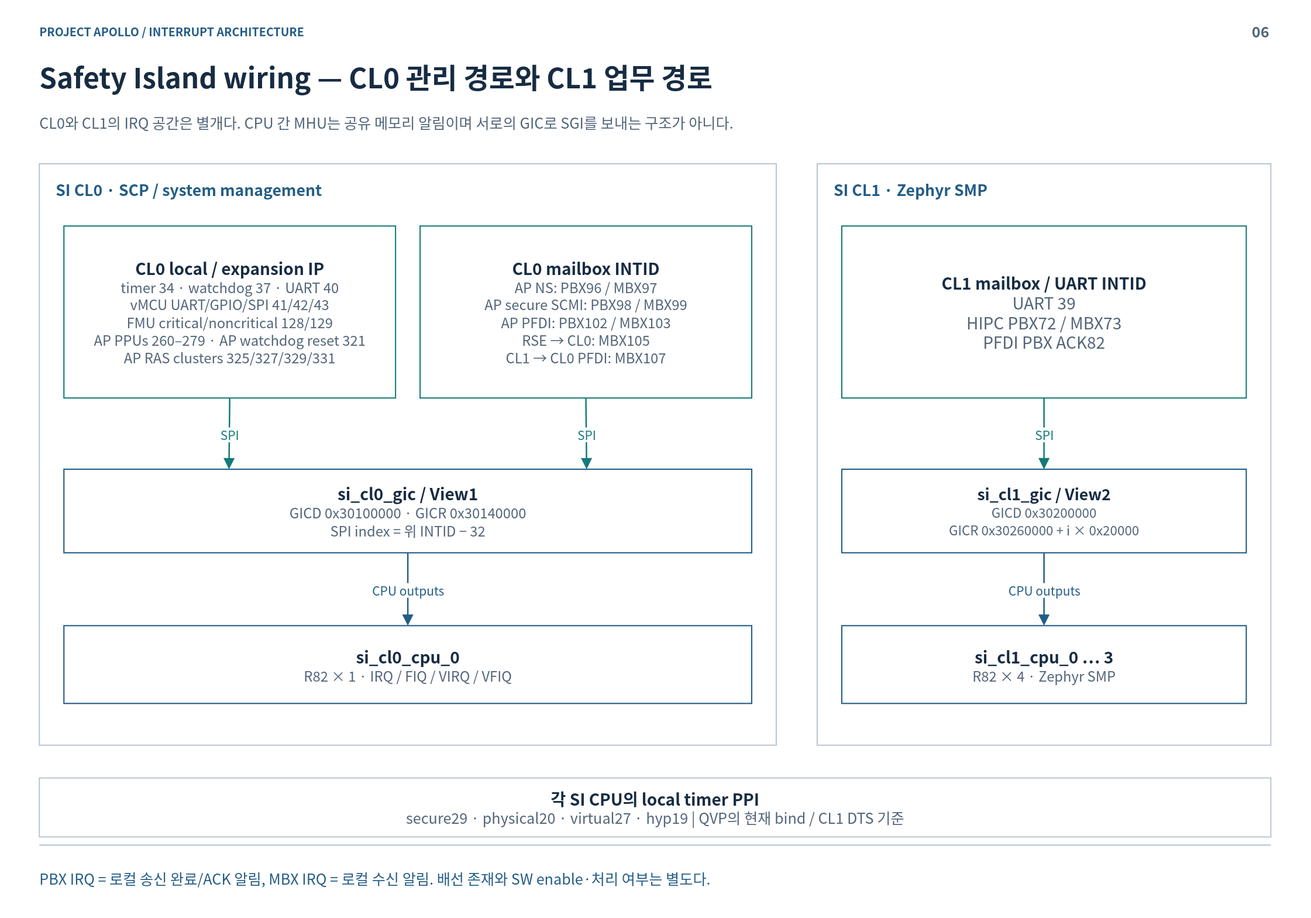
This is doc/phase1/interrupt/diagrams/06-si-wiring.drawio.svg from cometzero/project-apollo, a draw.io export, as it was before one commit. Source tidied: cells renumbered, new cells last; positions are measured from the earlier drawing's top-left corner, leaving out a move shared by most shapes.
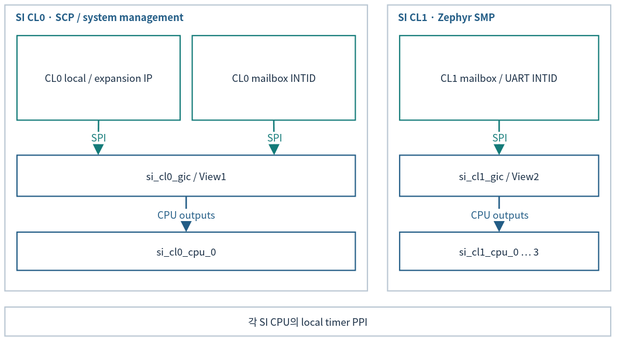
The same diagram one commit later.

Diff of the diagram source:
```diff
@@ -2,80 +2,56 @@
   <root>
     <mxCell id="0" />
     <mxCell id="1" parent="0" />
-    <mxCell id="2" style="rounded=0;whiteSpace=wrap;html=1;fillColor=#FFFFFF;strokeColor=none;strokeWidth=1.5;fontColor=#172C43;fontFamily=Noto Sans CJK KR;fontSize=18;spacing=14;" parent="1" vertex="1">
-      <mxGeometry width="1600" height="1120" as="geometry" />
-    </mxCell>
-    <mxCell id="3" value="PROJECT APOLLO  /  INTERRUPT ARCHITECTURE" style="rounded=0;whiteSpace=wrap;html=1;fillColor=#FFFFFF;strokeColor=none;strokeWidth=1.5;fontColor=#172C43;fontFamily=Noto Sans CJK KR;fontSize=18;spacing=14;fillColor=none;align=left;verticalAlign=middle;spacing=0;fontSize=14;fontColor=#235D86;fontStyle=1;" parent="1" vertex="1">
-      <mxGeometry x="48" y="26" width="1400" height="24" as="geometry" />
-    </mxCell>
-    <mxCell id="4" value="06" style="rounded=0;whiteSpace=wrap;html=1;fillColor=#FFFFFF;strokeColor=none;strokeWidth=1.5;fontColor=#172C43;fontFamily=Noto Sans CJK KR;fontSize=18;spacing=14;fillColor=none;align=right;verticalAlign=middle;spacing=0;fontSize=18;fontColor=#52657A;fontStyle=1;" parent="1" vertex="1">
-      <mxGeometry x="1485" y="23" width="65" height="30" as="geometry" />
-    </mxCell>
-    <mxCell id="5" value="Safety Island wiring — CL0 관리 경로와 CL1 업무 경로" style="rounded=0;whiteSpace=wrap;html=1;fillColor=#FFFFFF;strokeColor=none;strokeWidth=1.5;fontColor=#172C43;fontFamily=Noto Sans CJK KR;fontSize=18;spacing=14;fillColor=none;align=left;verticalAlign=middle;spacing=0;fontSize=34;fontColor=#172C43;fontStyle=1;" parent="1" vertex="1">
-      <mxGeometry x="48" y="67" width="1504" height="54" as="geometry" />
-    </mxCell>
-    <mxCell id="6" value="CL0와 CL1의 IRQ 공간은 별개다. CPU 간 MHU는 공유 메모리 알림이며 서로의 GIC로 SGI를 보내는 구조가 아니다." style="rounded=0;whiteSpace=wrap;html=1;fillColor=#FFFFFF;strokeColor=none;strokeWidth=1.5;fontColor=#172C43;fontFamily=Noto Sans CJK KR;fontSize=18;spacing=14;fillColor=none;align=left;verticalAlign=middle;spacing=0;fontSize=18;fontColor=#52657A;" parent="1" vertex="1">
-      <mxGeometry x="48" y="127" width="1504" height="44" as="geometry" />
-    </mxCell>
-    <mxCell id="7" style="html=1;rounded=0;edgeStyle=none;endArrow=none;endSize=9;strokeColor=#BAC7D3;strokeWidth=1.6;fontColor=#BAC7D3;fontFamily=Noto Sans CJK KR;fontSize=15;labelBackgroundColor=#FFFFFF;" parent="1" edge="1">
-      <mxGeometry relative="1" as="geometry">
-        <mxPoint x="48" y="1032" as="sourcePoint" />
-        <mxPoint x="1552" y="1032" as="targetPoint" />
-      </mxGeometry>
-    </mxCell>
-    <mxCell id="8" value="PBX IRQ = 로컬 송신 완료/ACK 알림, MBX IRQ = 로컬 수신 알림. 배선 존재와 SW enable·처리 여부는 별도다." style="rounded=0;whiteSpace=wrap;html=1;fillColor=#FFFFFF;strokeColor=none;strokeWidth=1.5;fontColor=#172C43;fontFamily=Noto Sans CJK KR;fontSize=18;spacing=14;fillColor=none;align=left;verticalAlign=middle;spacing=0;fontSize=18;fontColor=#235D86;" parent="1" vertex="1">
-      <mxGeometry x="48" y="1046" width="1504" height="52" as="geometry" />
-    </mxCell>
-    <mxCell id="9" style="rounded=0;whiteSpace=wrap;html=1;fillColor=#FFFFFF;strokeColor=#BAC7D3;strokeWidth=1.5;fontColor=#172C43;fontFamily=Noto Sans CJK KR;fontSize=18;spacing=14;" parent="1" vertex="1">
-      <mxGeometry x="48" y="200" width="900" height="710" as="geometry" />
+    <mxCell id="9" style="rounded=0;whiteSpace=wrap;html=1;fillColor=#FFFFFF;strokeColor=#BAC7D3;strokeWidth=1.5;fontColor=#172C43;fontFamily=Noto Sans CJK KR;fontSize=12;spacing=3;whiteSpace=wrap;" parent="1" vertex="1">
+      <mxGeometry x="12" y="12" width="442.8" height="349.3" as="geometry" />
     </mxCell>
-    <mxCell id="10" value="SI CL0  ·  SCP / system management" style="rounded=0;whiteSpace=wrap;html=1;fillColor=#FFFFFF;strokeColor=none;strokeWidth=1.5;fontColor=#172C43;fontFamily=Noto Sans CJK KR;fontSize=18;spacing=14;fillColor=none;align=left;verticalAlign=middle;spacing=0;fontSize=19;fontColor=#235D86;fontStyle=1;" parent="1" vertex="1">
-      <mxGeometry x="68" y="215" width="860" height="32" as="geometry" />
+    <mxCell id="10" value="SI CL0  ·  SCP / system management" style="rounded=0;whiteSpace=wrap;html=1;fillColor=#FFFFFF;strokeColor=none;strokeWidth=1.5;fontColor=#172C43;fontFamily=Noto Sans CJK KR;fillColor=none;align=left;verticalAlign=middle;fontColor=#235D86;fontStyle=1;fontSize=12;spacing=3;whiteSpace=wrap;" parent="1" vertex="1">
+      <mxGeometry x="21.8" y="19.4" width="423.1" height="15.7" as="geometry" />
     </mxCell>
-    <mxCell id="11" style="rounded=0;whiteSpace=wrap;html=1;fillColor=#FFFFFF;strokeColor=#BAC7D3;strokeWidth=1.5;fontColor=#172C43;fontFamily=Noto Sans CJK KR;fontSize=18;spacing=14;" parent="1" vertex="1">
-      <mxGeometry x="998" y="200" width="554" height="710" as="geometry" />
+    <mxCell id="11" style="rounded=0;whiteSpace=wrap;html=1;fillColor=#FFFFFF;strokeColor=#BAC7D3;strokeWidth=1.5;fontColor=#172C43;fontFamily=Noto Sans CJK KR;fontSize=12;spacing=3;whiteSpace=wrap;" parent="1" vertex="1">
+      <mxGeometry x="479.4" y="12" width="272.6" height="349.3" as="geometry" />
     </mxCell>
-    <mxCell id="12" value="SI CL1  ·  Zephyr SMP" style="rounded=0;whiteSpace=wrap;html=1;fillColor=#FFFFFF;strokeColor=none;strokeWidth=1.5;fontColor=#172C43;fontFamily=Noto Sans CJK KR;fontSize=18;spacing=14;fillColor=none;align=left;verticalAlign=middle;spacing=0;fontSize=19;fontColor=#235D86;fontStyle=1;" parent="1" vertex="1">
-      <mxGeometry x="1018" y="215" width="514" height="32" as="geometry" />
+    <mxCell id="12" value="SI CL1  ·  Zephyr SMP" style="rounded=0;whiteSpace=wrap;html=1;fillColor=#FFFFFF;strokeColor=none;strokeWidth=1.5;fontColor=#172C43;fontFamily=Noto Sans CJK KR;fillColor=none;align=left;verticalAlign=middle;fontColor=#235D86;fontStyle=1;fontSize=12;spacing=3;whiteSpace=wrap;" parent="1" vertex="1">
+      <mxGeometry x="489.3" y="19.4" width="252.9" height="15.7" as="geometry" />
     </mxCell>
-    <mxCell id="13" value="&lt;b style=&quot;font-size:20px&quot;&gt;CL0 local / expansion IP&lt;/b&gt;&lt;br&gt;&lt;font color=&quot;#52657A&quot; style=&quot;font-size:17px&quot;&gt;timer 34 · watchdog 37 · UART 40&lt;br&gt;vMCU UART/GPIO/SPI 41/42/43&lt;br&gt;FMU critical/noncritical 128/129&lt;br&gt;AP PPUs 260–279 · AP watchdog reset 321&lt;br&gt;AP RAS clusters 325/327/329/331&lt;/font&gt;" style="rounded=0;whiteSpace=wrap;html=1;fillColor=#FFFFFF;strokeColor=#147B79;strokeWidth=1.5;fontColor=#172C43;fontFamily=Noto Sans CJK KR;fontSize=18;spacing=14;" parent="1" vertex="1">
-      <mxGeometry x="78" y="276" width="405" height="210" as="geometry" />
+    <mxCell id="13" value="CL0 local / expansion IP" style="rounded=0;whiteSpace=wrap;html=1;fillColor=#FFFFFF;strokeColor=#147B79;strokeWidth=1.5;fontColor=#172C43;fontFamily=Noto Sans CJK KR;fontSize=12;spacing=3;whiteSpace=wrap;" parent="1" vertex="1">
+      <mxGeometry x="26.8" y="49.4" width="199.3" height="103.3" as="geometry" />
     </mxCell>
-    <mxCell id="14" value="&lt;b style=&quot;font-size:20px&quot;&gt;CL0 mailbox INTID&lt;/b&gt;&lt;br&gt;&lt;font color=&quot;#52657A&quot; style=&quot;font-size:17px&quot;&gt;AP NS: PBX96 / MBX97&lt;br&gt;AP secure SCMI: PBX98 / MBX99&lt;br&gt;AP PFDI: PBX102 / MBX103&lt;br&gt;RSE → CL0: MBX105&lt;br&gt;CL1 → CL0 PFDI: MBX107&lt;/font&gt;" style="rounded=0;whiteSpace=wrap;html=1;fillColor=#FFFFFF;strokeColor=#147B79;strokeWidth=1.5;fontColor=#172C43;fontFamily=Noto Sans CJK KR;fontSize=18;spacing=14;" parent="1" vertex="1">
-      <mxGeometry x="513" y="276" width="405" height="210" as="geometry" />
+    <mxCell id="14" value="CL0 mailbox INTID" style="rounded=0;whiteSpace=wrap;html=1;fillColor=#FFFFFF;strokeColor=#147B79;strokeWidth=1.5;fontColor=#172C43;fontFamily=Noto Sans CJK KR;fontSize=12;spacing=3;whiteSpace=wrap;" parent="1" vertex="1">
+      <mxGeometry x="240.8" y="49.4" width="199.3" height="103.3" as="geometry" />
     </mxCell>
-    <mxCell id="15" value="&lt;b style=&quot;font-size:20px&quot;&gt;si_cl0_gic / View1&lt;/b&gt;&lt;br&gt;&lt;font color=&quot;#52657A&quot; style=&quot;font-size:17px&quot;&gt;GICD 0x30100000 · GICR 0x30140000&lt;br&gt;SPI index = 위 INTID − 32&lt;/font&gt;" style="rounded=0;whiteSpace=wrap;html=1;fillColor=#FFFFFF;strokeColor=#235D86;strokeWidth=1.5;fontColor=#172C43;fontFamily=Noto Sans CJK KR;fontSize=18;spacing=14;" parent="1" vertex="1">
-      <mxGeometry x="78" y="573" width="840" height="102" as="geometry" />
+    <mxCell id="15" value="si_cl0_gic / View1" style="rounded=0;whiteSpace=wrap;html=1;fillColor=#FFFFFF;strokeColor=#235D86;strokeWidth=1.5;fontColor=#172C43;fontFamily=Noto Sans CJK KR;fontSize=12;spacing=3;whiteSpace=wrap;" parent="1" vertex="1">
+      <mxGeometry x="26.8" y="195.5" width="413.3" height="50.2" as="geometry" />
     </mxCell>
-    <mxCell id="16" value="SPI" style="html=1;whiteSpace=nowrap;rounded=0;edgeStyle=none;endArrow=block;endFill=1;endSize=9;strokeColor=#147B79;strokeWidth=1.8;fontColor=#147B79;fontFamily=Noto Sans CJK KR;fontSize=15;labelBackgroundColor=#FFFFFF;exitX=0.5;exitY=1;exitDx=0;exitDy=0;entryX=0.24;entryY=0;entryDx=0;entryDy=0;" parent="1" edge="1" source="13" target="15">
+    <mxCell id="16" value="SPI" style="html=1;rounded=0;edgeStyle=none;endArrow=block;endFill=1;endSize=9;strokeColor=#147B79;strokeWidth=1.8;fontColor=#147B79;fontFamily=Noto Sans CJK KR;labelBackgroundColor=#FFFFFF;exitX=0.5;exitY=1;exitDx=0;exitDy=0;entryX=0.24;entryY=0;entryDx=0;entryDy=0;fontSize=12;spacing=3;whiteSpace=nowrap;" parent="1" edge="1" source="13" target="15">
       <mxGeometry relative="1" as="geometry" />
     </mxCell>
-    <mxCell id="17" value="SPI" style="html=1;whiteSpace=nowrap;rounded=0;edgeStyle=none;endArrow=block;endFill=1;endSize=9;strokeColor=#147B79;strokeWidth=1.8;fontColor=#147B79;fontFamily=Noto Sans CJK KR;fontSize=15;labelBackgroundColor=#FFFFFF;exitX=0.5;exitY=1;exitDx=0;exitDy=0;entryX=0.76;entryY=0;entryDx=0;entryDy=0;" parent="1" edge="1" source="14" target="15">
+    <mxCell id="17" value="SPI" style="html=1;rounded=0;edgeStyle=none;endArrow=block;endFill=1;endSize=9;strokeColor=#147B79;strokeWidth=1.8;fontColor=#147B79;fontFamily=Noto Sans CJK KR;labelBackgroundColor=#FFFFFF;exitX=0.5;exitY=1;exitDx=0;exitDy=0;entryX=0.76;entryY=0;entryDx=0;entryDy=0;fontSize=12;spacing=3;whiteSpace=nowrap;" parent="1" edge="1" source="14" target="15">
       <mxGeometry relative="1" as="geometry" />
     </mxCell>
-    <mxCell id="18" value="&lt;b style=&quot;font-size:20px&quot;&gt;si_cl0_cpu_0&lt;/b&gt;&lt;br&gt;&lt;font color=&quot;#52657A&quot; style=&quot;font-size:17px&quot;&gt;R82 × 1 · IRQ / FIQ / VIRQ / VFIQ&lt;/font&gt;" style="rounded=0;whiteSpace=wrap;html=1;fillColor=#FFFFFF;strokeColor=#235D86;strokeWidth=1.5;fontColor=#172C43;fontFamily=Noto Sans CJK KR;fontSize=18;spacing=14;" parent="1" vertex="1">
-      <mxGeometry x="78" y="764" width="840" height="95" as="geometry" />
+    <mxCell id="18" value="si_cl0_cpu_0" style="rounded=0;whiteSpace=wrap;html=1;fillColor=#FFFFFF;strokeColor=#235D86;strokeWidth=1.5;fontColor=#172C43;fontFamily=Noto Sans CJK KR;fontSize=12;spacing=3;whiteSpace=wrap;" parent="1" vertex="1">
+      <mxGeometry x="26.8" y="289.5" width="413.3" height="46.7" as="geometry" />
     </mxCell>
-    <mxCell id="19" value="CPU outputs" style="html=1;whiteSpace=nowrap;rounded=0;edgeStyle=none;endArrow=block;endFill=1;endSize=9;strokeColor=#235D86;strokeWidth=1.8;fontColor=#235D86;fontFamily=Noto Sans CJK KR;fontSize=15;labelBackgroundColor=#FFFFFF;exitX=0.5;exitY=1;exitDx=0;exitDy=0;entryX=0.5;entryY=0;entryDx=0;entryDy=0;" parent="1" edge="1" source="15" target="18">
+    <mxCell id="19" value="CPU outputs" style="html=1;rounded=0;edgeStyle=none;endArrow=block;endFill=1;endSize=9;strokeColor=#235D86;strokeWidth=1.8;fontColor=#235D86;fontFamily=Noto Sans CJK KR;labelBackgroundColor=#FFFFFF;exitX=0.5;exitY=1;exitDx=0;exitDy=0;entryX=0.5;entryY=0;entryDx=0;entryDy=0;fontSize=12;spacing=3;whiteSpace=nowrap;" parent="1" edge="1" source="15" target="18">
       <mxGeometry relative="1" as="geometry" />
     </mxCell>
-    <mxCell id="20" value="&lt;b style=&quot;font-size:20px&quot;&gt;CL1 mailbox / UART INTID&lt;/b&gt;&lt;br&gt;&lt;font color=&quot;#52657A&quot; style=&quot;font-size:20px&quot;&gt;UART 39&lt;br&gt;HIPC PBX72 / MBX73&lt;br&gt;PFDI PBX ACK82&lt;/font&gt;" style="rounded=0;whiteSpace=wrap;html=1;fillColor=#FFFFFF;strokeColor=#147B79;strokeWidth=1.5;fontColor=#172C43;fontFamily=Noto Sans CJK KR;fontSize=18;spacing=14;" parent="1" vertex="1">
-      <mxGeometry x="1028" y="276" width="494" height="210" as="geometry" />
+    <mxCell id="20" value="CL1 mailbox / UART INTID" style="rounded=0;whiteSpace=wrap;html=1;fillColor=#FFFFFF;strokeColor=#147B79;strokeWidth=1.5;fontColor=#172C43;fontFamily=Noto Sans CJK KR;fontSize=12;spacing=3;whiteSpace=wrap;" parent="1" vertex="1">
+      <mxGeometry x="494.2" y="49.4" width="243.1" height="103.3" as="geometry" />
     </mxCell>
-    <mxCell id="21" value="&lt;b style=&quot;font-size:19px&quot;&gt;si_cl1_gic / View2&lt;/b&gt;&lt;br&gt;&lt;font color=&quot;#52657A&quot; style=&quot;font-size:16px&quot;&gt;GICD 0x30200000&lt;br&gt;GICR 0x30260000 + i × 0x20000&lt;/font&gt;" style="rounded=0;whiteSpace=wrap;html=1;fillColor=#FFFFFF;strokeColor=#235D86;strokeWidth=1.5;fontColor=#172C43;fontFamily=Noto Sans CJK KR;fontSize=18;spacing=14;" parent="1" vertex="1">
-      <mxGeometry x="1028" y="573" width="494" height="102" as="geometry" />
+    <mxCell id="21" value="si_cl1_gic / View2" style="rounded=0;whiteSpace=wrap;html=1;fillColor=#FFFFFF;strokeColor=#235D86;strokeWidth=1.5;fontColor=#172C43;fontFamily=Noto Sans CJK KR;fontSize=12;spacing=3;whiteSpace=wrap;" parent="1" vertex="1">
+      <mxGeometry x="494.2" y="195.5" width="243.1" height="50.2" as="geometry" />
     </mxCell>
-    <mxCell id="22" value="&lt;b style=&quot;font-size:20px&quot;&gt;si_cl1_cpu_0 … 3&lt;/b&gt;&lt;br&gt;&lt;font color=&quot;#52657A&quot; style=&quot;font-size:17px&quot;&gt;R82 × 4 · Zephyr SMP&lt;/font&gt;" style="rounded=0;whiteSpace=wrap;html=1;fillColor=#FFFFFF;strokeColor=#235D86;strokeWidth=1.5;fontColor=#172C43;fontFamily=Noto Sans CJK KR;fontSize=18;spacing=14;" parent="1" vertex="1">
-      <mxGeometry x="1028" y="764" width="494" height="95" as="geometry" />
+    <mxCell id="22" value="si_cl1_cpu_0 … 3" style="rounded=0;whiteSpace=wrap;html=1;fillColor=#FFFFFF;strokeColor=#235D86;strokeWidth=1.5;fontColor=#172C43;fontFamily=Noto Sans CJK KR;fontSize=12;spacing=3;whiteSpace=wrap;" parent="1" vertex="1">
+      <mxGeometry x="494.2" y="289.5" width="243.1" height="46.7" as="geometry" />
     </mxCell>
-    <mxCell id="23" value="SPI" style="html=1;whiteSpace=nowrap;rounded=0;edgeStyle=none;endArrow=block;endFill=1;endSize=9;strokeColor=#147B79;strokeWidth=1.8;fontColor=#147B79;fontFamily=Noto Sans CJK KR;fontSize=15;labelBackgroundColor=#FFFFFF;exitX=0.5;exitY=1;exitDx=0;exitDy=0;entryX=0.5;entryY=0;entryDx=0;entryDy=0;" parent="1" edge="1" source="20" target="21">
+    <mxCell id="23" value="SPI" style="html=1;rounded=0;edgeStyle=none;endArrow=block;endFill=1;endSize=9;strokeColor=#147B79;strokeWidth=1.8;fontColor=#147B79;fontFamily=Noto Sans CJK KR;labelBackgroundColor=#FFFFFF;exitX=0.5;exitY=1;exitDx=0;exitDy=0;entryX=0.5;entryY=0;entryDx=0;entryDy=0;fontSize=12;spacing=3;whiteSpace=nowrap;" parent="1" edge="1" source="20" target="21">
       <mxGeometry relative="1" as="geometry" />
     </mxCell>
-    <mxCell id="24" value="CPU outputs" style="html=1;whiteSpace=nowrap;rounded=0;edgeStyle=none;endArrow=block;endFill=1;endSize=9;strokeColor=#235D86;strokeWidth=1.8;fontColor=#235D86;fontFamily=Noto Sans CJK KR;fontSize=15;labelBackgroundColor=#FFFFFF;exitX=0.5;exitY=1;exitDx=0;exitDy=0;entryX=0.5;entryY=0;entryDx=0;entryDy=0;" parent="1" edge="1" source="21" target="22">
+    <mxCell id="24" value="CPU outputs" style="html=1;rounded=0;edgeStyle=none;endArrow=block;endFill=1;endSize=9;strokeColor=#235D86;strokeWidth=1.8;fontColor=#235D86;fontFamily=Noto Sans CJK KR;labelBackgroundColor=#FFFFFF;exitX=0.5;exitY=1;exitDx=0;exitDy=0;entryX=0.5;entryY=0;entryDx=0;entryDy=0;fontSize=12;spacing=3;whiteSpace=nowrap;" parent="1" edge="1" source="21" target="22">
       <mxGeometry relative="1" as="geometry" />
     </mxCell>
-    <mxCell id="25" value="&lt;b style=&quot;font-size:20px&quot;&gt;각 SI CPU의 local timer PPI&lt;/b&gt;&lt;br&gt;&lt;font color=&quot;#52657A&quot; style=&quot;font-size:18px&quot;&gt;secure29 · physical20 · virtual27 · hyp19  |  QVP의 현재 bind / CL1 DTS 기준&lt;/font&gt;" style="rounded=0;whiteSpace=wrap;html=1;fillColor=#FFFFFF;strokeColor=#BAC7D3;strokeWidth=1.5;fontColor=#172C43;fontFamily=Noto Sans CJK KR;fontSize=18;spacing=14;" parent="1" vertex="1">
-      <mxGeometry x="48" y="950" width="1504" height="72" as="geometry" />
+    <mxCell id="25" value="각 SI CPU의 local timer PPI" style="rounded=0;whiteSpace=wrap;html=1;fillColor=#FFFFFF;strokeColor=#BAC7D3;strokeWidth=1.5;fontColor=#172C43;fontFamily=Noto Sans CJK KR;fontSize=12;spacing=3;whiteSpace=wrap;" parent="1" vertex="1">
+      <mxGeometry x="12" y="381" width="740" height="35.4" as="geometry" />
     </mxCell>
   </root>
 </mxGraphModel>
```
